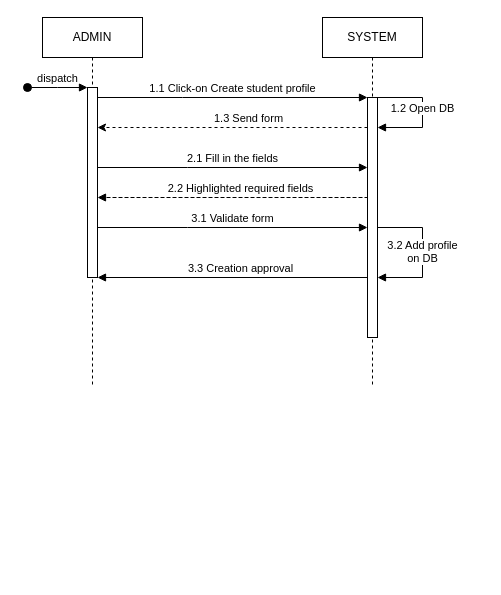
The draw.io diagram SequencesDepository.drawio in nicolas-chivite/emisa-html-css, before the edit. Source tidied: cells renumbered, new cells numbered last; positions are measured from the earlier drawing's top-left corner, leaving out a move shared by most shapes. Both pictures are drawn from the tidied source at 100%, with x=0, y=0 at pixel (27, 17).
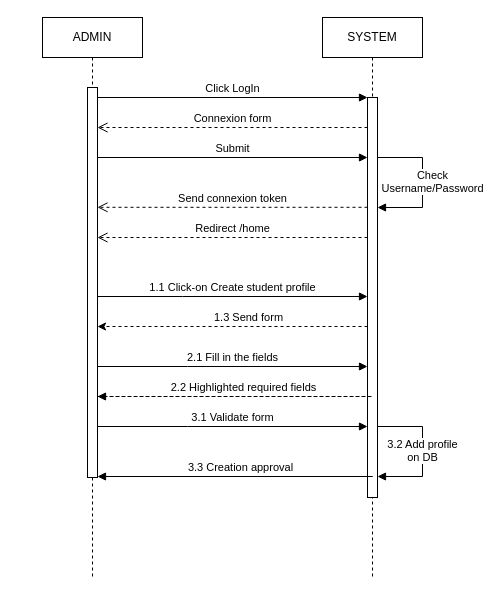
Above is the later version.

Commit message (it also covers changes not shown here):
Mettre à jour SequencesDepository.drawio

Diff of the diagram source:
```diff
@@
     <mxCell id="2" value="ADMIN" style="shape=umlLifeline;perimeter=lifelinePerimeter;whiteSpace=wrap;html=1;newEdgeStyle={&quot;edgeStyle&quot;:&quot;elbowEdgeStyle&quot;,&quot;elbow&quot;:&quot;vertical&quot;,&quot;curved&quot;:0,&quot;rounded&quot;:0};" parent="1" vertex="1">
-      <mxGeometry x="15" width="100" height="370" as="geometry" />
+      <mxGeometry x="15" width="100" height="560" as="geometry" />
     </mxCell>
     <mxCell id="3" style="html=1;points=[];perimeter=orthogonalPerimeter;outlineConnect=0;targetShapes=umlLifeline;portConstraint=eastwest;newEdgeStyle={&quot;edgeStyle&quot;:&quot;elbowEdgeStyle&quot;,&quot;elbow&quot;:&quot;vertical&quot;,&quot;curved&quot;:0,&quot;rounded&quot;:0};" parent="2" vertex="1">
-      <mxGeometry x="45" y="70" width="10" height="190" as="geometry" />
+      <mxGeometry x="45" y="70" width="10" height="390" as="geometry" />
     </mxCell>
-    <mxCell id="4" value="dispatch" style="html=1;verticalAlign=bottom;startArrow=oval;endArrow=block;startSize=8;edgeStyle=elbowEdgeStyle;elbow=vertical;curved=0;rounded=0;" parent="2" edge="1" target="3">
-      <mxGeometry relative="1" as="geometry">
-        <mxPoint x="-15" y="70" as="sourcePoint" />
-      </mxGeometry>
-    </mxCell>
-    <mxCell id="5" value="1.1 Click-on Create student profile" style="html=1;verticalAlign=bottom;endArrow=block;edgeStyle=elbowEdgeStyle;elbow=vertical;curved=0;rounded=0;" parent="1" edge="1" source="3" target="16">
-      <mxGeometry relative="1" as="geometry">
-        <Array as="points">
-          <mxPoint x="155" y="80" />
-        </Array>
-      </mxGeometry>
-    </mxCell>
-    <mxCell id="6" style="endArrow=classic;html=1;rounded=0;dashed=1;" parent="1" edge="1" source="16">
-      <mxGeometry relative="1" as="geometry">
-        <mxPoint x="70" y="110" as="targetPoint" />
-      </mxGeometry>
-    </mxCell>
-    <mxCell id="7" value="1.3 Send form" style="edgeLabel;html=1;align=center;verticalAlign=middle;" parent="6" vertex="1">
-      <mxGeometry x="-0.31" y="1" relative="1" as="geometry">
-        <mxPoint x="-27" y="-11" as="offset" />
-      </mxGeometry>
-    </mxCell>
-    <mxCell id="8" value="2.1 Fill in the fields" style="html=1;verticalAlign=bottom;endArrow=block;edgeStyle=elbowEdgeStyle;elbow=vertical;curved=0;rounded=0;" parent="1" edge="1" target="16">
-      <mxGeometry relative="1" as="geometry">
-        <mxPoint x="70" y="150" as="sourcePoint" />
-        <Array as="points">
-          <mxPoint x="160" y="150" />
-        </Array>
-      </mxGeometry>
-    </mxCell>
-    <mxCell id="9" value="3.1 Validate form" style="html=1;verticalAlign=bottom;endArrow=block;edgeStyle=elbowEdgeStyle;elbow=vertical;curved=0;rounded=0;" parent="1" edge="1" target="16">
-      <mxGeometry relative="1" as="geometry">
-        <mxPoint x="70" y="210" as="sourcePoint" />
-        <Array as="points">
-          <mxPoint x="160" y="210" />
-        </Array>
-      </mxGeometry>
-    </mxCell>
-    <mxCell id="10" value="3.2 Add profile&lt;br&gt;on DB" style="html=1;verticalAlign=bottom;endArrow=block;curved=0;rounded=0;" parent="1" edge="1">
-      <mxGeometry x="0.22" relative="1" as="geometry">
-        <mxPoint x="350" y="210" as="sourcePoint" />
-        <mxPoint x="350" y="260" as="targetPoint" />
-        <Array as="points">
-          <mxPoint x="395" y="210" />
-          <mxPoint x="395" y="260" />
-        </Array>
-      </mxGeometry>
-    </mxCell>
-    <mxCell id="11" value="1.2 Open DB" style="html=1;verticalAlign=bottom;endArrow=block;curved=0;rounded=0;" parent="1" edge="1" target="16">
-      <mxGeometry x="0.08" relative="1" as="geometry">
-        <mxPoint x="350" y="80" as="sourcePoint" />
-        <Array as="points">
-          <mxPoint x="395" y="80" />
-          <mxPoint x="395" y="110" />
-        </Array>
-      </mxGeometry>
-    </mxCell>
-    <mxCell id="12" value="2.2 Highlighted required fields" style="html=1;verticalAlign=bottom;endArrow=block;edgeStyle=elbowEdgeStyle;elbow=vertical;curved=0;rounded=0;dashed=1;" parent="1" edge="1">
-      <mxGeometry x="0.47" relative="1" as="geometry">
-        <mxPoint x="80" y="180" as="sourcePoint" />
-        <mxPoint x="70" y="180" as="targetPoint" />
-        <Array as="points">
-          <mxPoint x="345" y="180" />
-        </Array>
-      </mxGeometry>
-    </mxCell>
-    <mxCell id="13" value="3.3 Creation approval" style="html=1;verticalAlign=bottom;endArrow=block;edgeStyle=elbowEdgeStyle;elbow=vertical;curved=0;rounded=0;" parent="1" edge="1">
-      <mxGeometry x="0.47" relative="1" as="geometry">
-        <mxPoint x="80" y="260" as="sourcePoint" />
-        <mxPoint x="70" y="260" as="targetPoint" />
-        <Array as="points">
-          <mxPoint x="345" y="260" />
-        </Array>
-      </mxGeometry>
-    </mxCell>
     <mxCell id="14" style="group;" parent="1" vertex="1">
-      <mxGeometry x="295" width="100" height="370" as="geometry" />
+      <mxGeometry x="295" width="100" height="560" as="geometry" />
     </mxCell>
     <mxCell id="15" value="SYSTEM" style="shape=umlLifeline;perimeter=lifelinePerimeter;whiteSpace=wrap;html=1;newEdgeStyle={&quot;edgeStyle&quot;:&quot;elbowEdgeStyle&quot;,&quot;elbow&quot;:&quot;vertical&quot;,&quot;curved&quot;:0,&quot;rounded&quot;:0};" parent="14" vertex="1">
-      <mxGeometry width="100" height="370" as="geometry" />
+      <mxGeometry width="100" height="560" as="geometry" />
     </mxCell>
     <mxCell id="16" style="html=1;points=[];perimeter=orthogonalPerimeter;outlineConnect=0;targetShapes=umlLifeline;portConstraint=eastwest;newEdgeStyle={&quot;edgeStyle&quot;:&quot;elbowEdgeStyle&quot;,&quot;elbow&quot;:&quot;vertical&quot;,&quot;curved&quot;:0,&quot;rounded&quot;:0};" parent="14" vertex="1">
-      <mxGeometry x="45" y="80" width="10" height="240" as="geometry" />
+      <mxGeometry x="45" y="80" width="10" height="400" as="geometry" />
     </mxCell>
+    <mxCell id="10" value="3.2 Add profile&lt;br&gt;on DB" style="html=1;verticalAlign=bottom;endArrow=block;curved=0;rounded=0;" parent="14" edge="1">
+      <mxGeometry x="0.22" relative="1" as="geometry">
+        <mxPoint x="55" y="409" as="sourcePoint" />
+        <mxPoint x="55" y="459" as="targetPoint" />
+        <Array as="points">
+          <mxPoint x="100" y="409" />
+          <mxPoint x="100" y="459" />
+        </Array>
+      </mxGeometry>
+    </mxCell>
+    <mxCell id="13" value="3.3 Creation approval" style="html=1;verticalAlign=bottom;endArrow=block;edgeStyle=elbowEdgeStyle;elbow=vertical;curved=0;rounded=0;" parent="14" edge="1">
+      <mxGeometry x="0.47" relative="1" as="geometry">
+        <mxPoint x="-215" y="459" as="sourcePoint" />
+        <mxPoint x="-225" y="459" as="targetPoint" />
+        <Array as="points">
+          <mxPoint x="50" y="459" />
+        </Array>
+      </mxGeometry>
+    </mxCell>
+    <mxCell id="9" value="3.1 Validate form" style="html=1;verticalAlign=bottom;endArrow=block;edgeStyle=elbowEdgeStyle;elbow=vertical;curved=0;rounded=0;" parent="14" edge="1">
+      <mxGeometry relative="1" as="geometry">
+        <mxPoint x="-225" y="409" as="sourcePoint" />
+        <mxPoint x="45" y="409" as="targetPoint" />
+        <Array as="points">
+          <mxPoint x="-135" y="409" />
+        </Array>
+      </mxGeometry>
+    </mxCell>
+    <mxCell id="12" value="2.2 Highlighted required fields" style="html=1;verticalAlign=bottom;endArrow=block;edgeStyle=elbowEdgeStyle;elbow=vertical;curved=0;rounded=0;dashed=1;" parent="14" edge="1" source="3">
+      <mxGeometry x="0.47" relative="1" as="geometry">
+        <mxPoint x="-225" y="379" as="targetPoint" />
+        <Array as="points">
+          <mxPoint x="50" y="379" />
+        </Array>
+      </mxGeometry>
+    </mxCell>
+    <mxCell id="8" value="2.1 Fill in the fields" style="html=1;verticalAlign=bottom;endArrow=block;edgeStyle=elbowEdgeStyle;elbow=vertical;curved=0;rounded=0;" parent="14" edge="1">
+      <mxGeometry relative="1" as="geometry">
+        <mxPoint x="-225" y="349" as="sourcePoint" />
+        <mxPoint x="45" y="349" as="targetPoint" />
+        <Array as="points">
+          <mxPoint x="-135" y="349" />
+        </Array>
+      </mxGeometry>
+    </mxCell>
+    <mxCell id="6" style="endArrow=classic;html=1;rounded=0;dashed=1;" parent="14" edge="1">
+      <mxGeometry relative="1" as="geometry">
+        <mxPoint x="45" y="309" as="sourcePoint" />
+        <mxPoint x="-225" y="309" as="targetPoint" />
+      </mxGeometry>
+    </mxCell>
+    <mxCell id="7" value="1.3 Send form" style="edgeLabel;html=1;align=center;verticalAlign=middle;" parent="6" vertex="1">
+      <mxGeometry x="-0.31" y="1" relative="1" as="geometry">
+        <mxPoint x="-27" y="-11" as="offset" />
+      </mxGeometry>
+    </mxCell>
+    <mxCell id="5" value="1.1 Click-on Create student profile" style="html=1;verticalAlign=bottom;endArrow=block;edgeStyle=elbowEdgeStyle;elbow=vertical;curved=0;rounded=0;" parent="14" edge="1">
+      <mxGeometry relative="1" as="geometry">
+        <mxPoint x="-225" y="279" as="sourcePoint" />
+        <mxPoint x="45" y="279" as="targetPoint" />
+        <Array as="points">
+          <mxPoint x="-140" y="279" />
+        </Array>
+      </mxGeometry>
+    </mxCell>
+    <mxCell id="17" value="&lt;div&gt;Check&lt;/div&gt;&lt;div&gt;Username/Password&lt;/div&gt;" style="html=1;verticalAlign=bottom;endArrow=block;curved=0;rounded=0;" parent="14" edge="1">
+      <mxGeometry x="0.21" y="10" relative="1" as="geometry">
+        <mxPoint x="55" y="140" as="sourcePoint" />
+        <mxPoint x="55" y="190" as="targetPoint" />
+        <Array as="points">
+          <mxPoint x="100" y="140" />
+          <mxPoint x="100" y="190" />
+        </Array>
+      </mxGeometry>
+    </mxCell>
+    <mxCell id="18" value="Redirect /home" style="html=1;verticalAlign=bottom;endArrow=open;dashed=1;endSize=8;curved=0;rounded=0;" parent="14" edge="1">
+      <mxGeometry relative="1" as="geometry">
+        <mxPoint x="45" y="220" as="sourcePoint" />
+        <mxPoint x="-225" y="220" as="targetPoint" />
+      </mxGeometry>
+    </mxCell>
+    <mxCell id="19" value="Click LogIn" style="html=1;verticalAlign=bottom;endArrow=block;curved=0;rounded=0;" parent="1" edge="1">
+      <mxGeometry relative="1" as="geometry">
+        <mxPoint x="70" y="80" as="sourcePoint" />
+        <mxPoint x="340" y="80" as="targetPoint" />
+      </mxGeometry>
+    </mxCell>
+    <mxCell id="20" value="Connexion form" style="html=1;verticalAlign=bottom;endArrow=open;dashed=1;endSize=8;curved=0;rounded=0;" parent="1" edge="1" source="16" target="3">
+      <mxGeometry relative="1" as="geometry">
+        <Array as="points">
+          <mxPoint x="295" y="110" />
+        </Array>
+      </mxGeometry>
+    </mxCell>
+    <mxCell id="21" value="Submit" style="html=1;verticalAlign=bottom;endArrow=block;curved=0;rounded=0;" parent="1" edge="1">
+      <mxGeometry relative="1" as="geometry">
+        <mxPoint x="70" y="140" as="sourcePoint" />
+        <mxPoint x="340" y="140" as="targetPoint" />
+      </mxGeometry>
+    </mxCell>
+    <mxCell id="22" value="Send connexion token" style="html=1;verticalAlign=bottom;endArrow=open;dashed=1;endSize=8;curved=0;rounded=0;" parent="1" edge="1">
+      <mxGeometry relative="1" as="geometry">
+        <mxPoint x="340" y="189.8" as="sourcePoint" />
+        <mxPoint x="70" y="189.8" as="targetPoint" />
+      </mxGeometry>
+    </mxCell>
```
